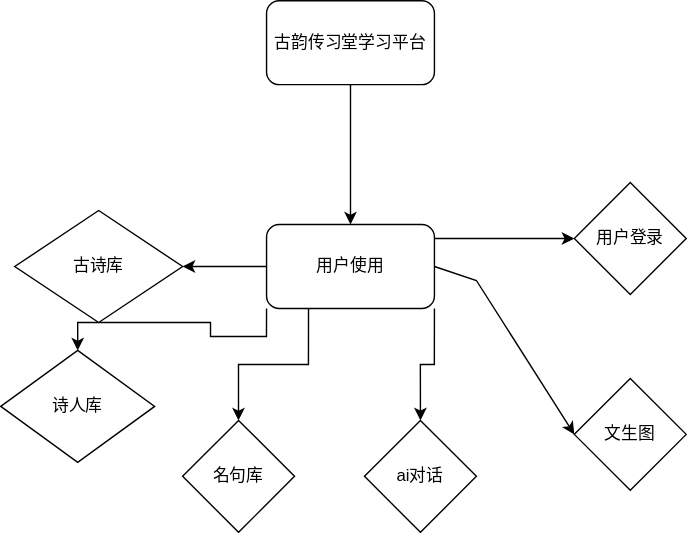
This is sss.svg from fuzeyazi/poem, a draw.io export, as it was before one commit. Source tidied: cells renumbered, new cells last; positions are measured from the earlier drawing's top-left corner, leaving out a move shared by most shapes. The source it was exported from:
```xml
<mxGraphModel>
  <root>
    <mxCell id="0" />
    <mxCell id="1" parent="0" />
    <mxCell id="2" value="古韵传习堂学习平台" style="rounded=1;whiteSpace=wrap;html=1;" parent="1" vertex="1">
      <mxGeometry x="190" width="120" height="60" as="geometry" />
    </mxCell>
    <mxCell id="3" style="endArrow=classic;html=1;rounded=0;" parent="1" edge="1">
      <mxGeometry relative="1" as="geometry">
        <mxPoint x="230" y="100" as="sourcePoint" />
        <mxPoint x="230" y="100" as="targetPoint" />
      </mxGeometry>
    </mxCell>
    <mxCell id="4" style="endArrow=classic;html=1;rounded=0;exitX=0.5;exitY=1;exitDx=0;exitDy=0;" parent="1" edge="1" source="2" target="9">
      <mxGeometry relative="1" as="geometry" />
    </mxCell>
    <mxCell id="5" style="edgeStyle=orthogonalEdgeStyle;rounded=0;jettySize=auto;html=1;exitX=0;exitY=0.5;exitDx=0;exitDy=0;" parent="1" edge="1" source="9" target="10">
      <mxGeometry relative="1" as="geometry" />
    </mxCell>
    <mxCell id="6" style="edgeStyle=orthogonalEdgeStyle;rounded=0;jettySize=auto;html=1;exitX=0;exitY=1;exitDx=0;exitDy=0;" parent="1" edge="1" source="9" target="11">
      <mxGeometry relative="1" as="geometry" />
    </mxCell>
    <mxCell id="7" style="edgeStyle=orthogonalEdgeStyle;rounded=0;jettySize=auto;html=1;exitX=0.25;exitY=1;exitDx=0;exitDy=0;" parent="1" edge="1" source="9" target="12">
      <mxGeometry relative="1" as="geometry" />
    </mxCell>
    <mxCell id="8" style="edgeStyle=orthogonalEdgeStyle;rounded=0;jettySize=auto;html=1;exitX=1;exitY=1;exitDx=0;exitDy=0;entryX=0.5;entryY=0;entryDx=0;entryDy=0;" parent="1" edge="1" source="9" target="13">
      <mxGeometry relative="1" as="geometry" />
    </mxCell>
    <mxCell id="9" value="用户使用" style="rounded=1;whiteSpace=wrap;html=1;" parent="1" vertex="1">
      <mxGeometry x="190" y="160" width="120" height="60" as="geometry" />
    </mxCell>
    <mxCell id="10" value="古诗库" style="rhombus;whiteSpace=wrap;html=1;" parent="1" vertex="1">
      <mxGeometry x="10" y="150" width="120" height="80" as="geometry" />
    </mxCell>
    <mxCell id="11" value="诗人库" style="rhombus;whiteSpace=wrap;html=1;" parent="1" vertex="1">
      <mxGeometry y="250" width="110" height="80" as="geometry" />
    </mxCell>
    <mxCell id="12" value="名句库" style="rhombus;whiteSpace=wrap;html=1;" parent="1" vertex="1">
      <mxGeometry x="130" y="300" width="80" height="80" as="geometry" />
    </mxCell>
    <mxCell id="13" value="ai对话" style="rhombus;whiteSpace=wrap;html=1;" parent="1" vertex="1">
      <mxGeometry x="260" y="300" width="80" height="80" as="geometry" />
    </mxCell>
    <mxCell id="14" value="文生图" style="rhombus;whiteSpace=wrap;html=1;" parent="1" vertex="1">
      <mxGeometry x="410" y="270" width="80" height="80" as="geometry" />
    </mxCell>
    <mxCell id="15" style="endArrow=classic;html=1;rounded=0;entryX=0;entryY=0.5;entryDx=0;entryDy=0;exitX=1;exitY=0.5;exitDx=0;exitDy=0;" parent="1" edge="1" source="9" target="14">
      <mxGeometry relative="1" as="geometry">
        <Array as="points">
          <mxPoint x="340" y="200" />
        </Array>
      </mxGeometry>
    </mxCell>
    <mxCell id="16" value="用户登录" style="rhombus;whiteSpace=wrap;html=1;" parent="1" vertex="1">
      <mxGeometry x="410" y="130" width="80" height="80" as="geometry" />
    </mxCell>
    <mxCell id="17" style="endArrow=classic;html=1;rounded=0;entryX=0;entryY=0.5;entryDx=0;entryDy=0;" parent="1" edge="1" target="16">
      <mxGeometry relative="1" as="geometry">
        <mxPoint x="310" y="170" as="sourcePoint" />
      </mxGeometry>
    </mxCell>
  </root>
</mxGraphModel>
```
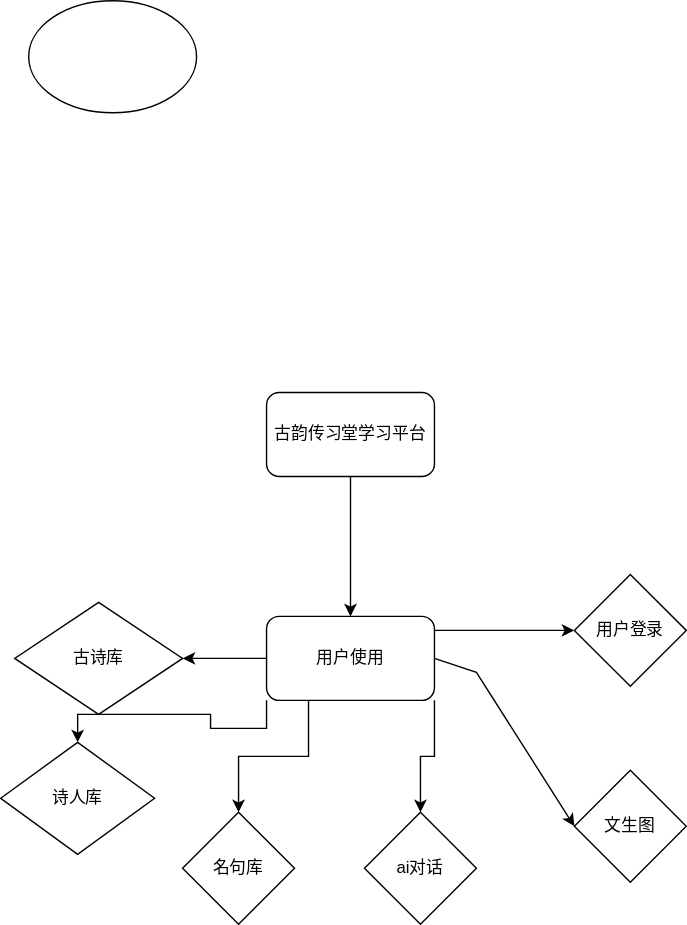
Later version of the same file.

The edit, as a diff of the source:
```diff
@@ -59,5 +59,8 @@
         <mxPoint x="310" y="170" as="sourcePoint" />
       </mxGeometry>
     </mxCell>
+    <mxCell id="18" style="ellipse;whiteSpace=wrap;html=1;" parent="1" vertex="1">
+      <mxGeometry x="20" y="-280" width="120" height="80" as="geometry" />
+    </mxCell>
   </root>
 </mxGraphModel>
```
